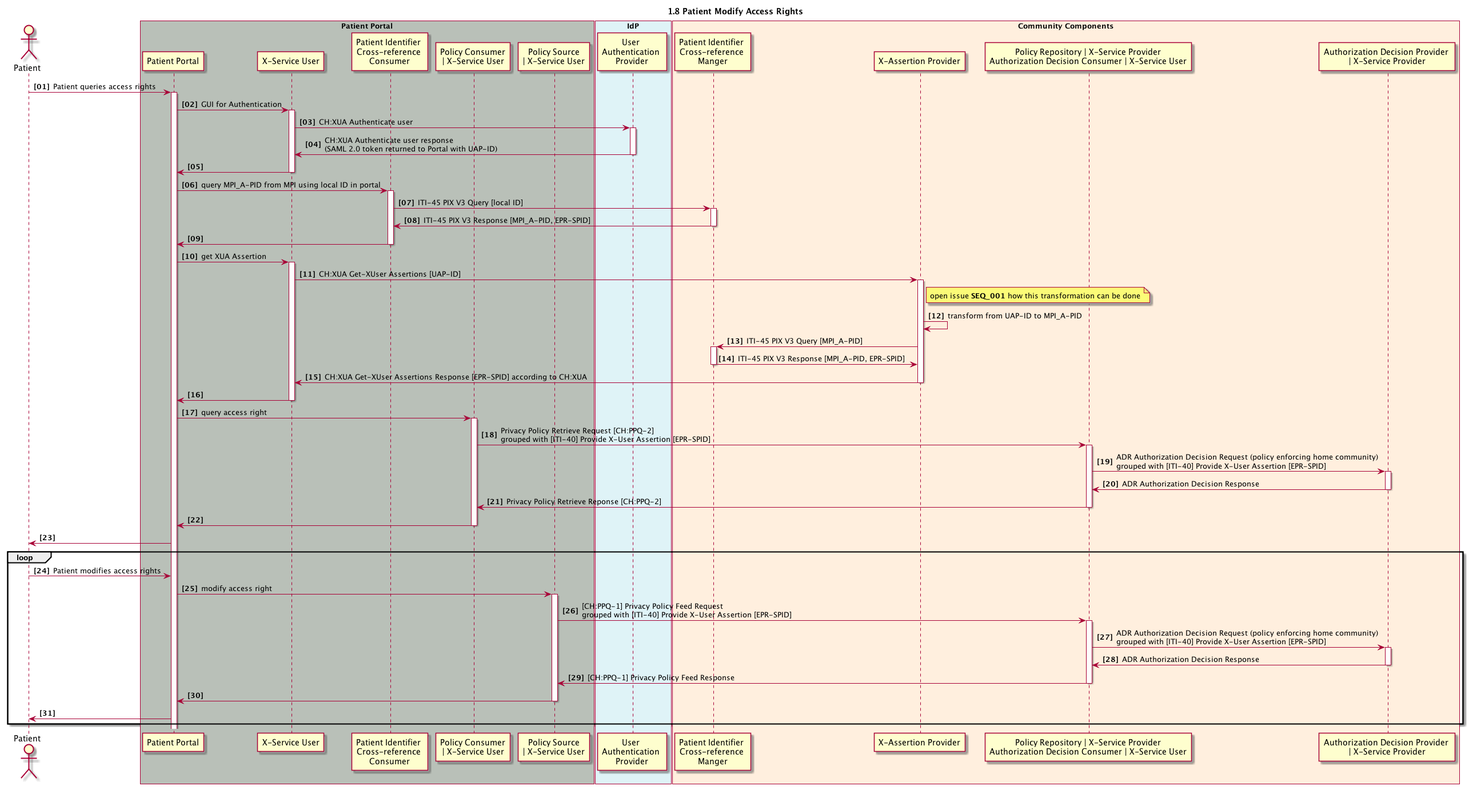
Before: 1_08_EPR_PatientModifyAccessRights.plantuml.png, a diagram exported from PlantUML (ahdis/ch-epr-seqdiag). Its diagram source:
```plantuml
@startuml
skinparam Padding 1
autonumber 1 1 "<b>[00]"
title 1.8 Patient Modify Access Rights

actor patient as "Patient"

box "Patient Portal" #B9C0B8
	participant pp_gui as "Patient Portal"
	participant pp_x_service_user as "X-Service User"
	participant pp_pix_x_ref_consumer as "Patient Identifier \nCross-reference \nConsumer"
	participant pp_ppq_policy_consumer as "Policy Consumer\n| X-Service User"
	participant pp_ppq_policy_source as "Policy Source\n| X-Service User"
end box

box "IdP" #DFF3F7
	participant idp_user_authentication_provider as "User \nAuthentication \nProvider"
end box

box "Community Components" #FFEFDE
	participant cc_mpi_x_ref_manager as "Patient Identifier \nCross-reference \nManger"
  participant cc_x_assertion_provider as "X-Assertion Provider"
	participant cc_ppq_policy_repository as "Policy Repository | X-Service Provider\nAuthorization Decision Consumer | X-Service User"
	participant cc_adp as "Authorization Decision Provider \n| X-Service Provider"
end box

patient -> pp_gui: Patient queries access rights
activate pp_gui

pp_gui -> pp_x_service_user : GUI for Authentication
activate pp_x_service_user
pp_x_service_user -> idp_user_authentication_provider : CH:XUA Authenticate user
activate idp_user_authentication_provider
pp_x_service_user <- idp_user_authentication_provider : CH:XUA Authenticate user response \n(SAML 2.0 token returned to Portal with UAP-ID)
deactivate idp_user_authentication_provider
pp_gui <- pp_x_service_user
deactivate pp_x_service_user

pp_gui -> pp_pix_x_ref_consumer: query MPI_A-PID from MPI using local ID in portal
activate pp_pix_x_ref_consumer
pp_pix_x_ref_consumer -> cc_mpi_x_ref_manager: ITI-45 PIX V3 Query [local ID]
activate cc_mpi_x_ref_manager
pp_pix_x_ref_consumer <- cc_mpi_x_ref_manager: ITI-45 PIX V3 Response [MPI_A-PID, EPR-SPID]
deactivate cc_mpi_x_ref_manager
pp_gui <- pp_pix_x_ref_consumer
deactivate pp_pix_x_ref_consumer

pp_gui -> pp_x_service_user : get XUA Assertion
activate pp_x_service_user
pp_x_service_user -> cc_x_assertion_provider: CH:XUA Get-XUser Assertions [UAP-ID]
activate cc_x_assertion_provider
note right cc_x_assertion_provider: open issue <b>SEQ_001</b> how this transformation can be done
cc_x_assertion_provider -> cc_x_assertion_provider: transform from UAP-ID to MPI_A-PID
cc_x_assertion_provider -> cc_mpi_x_ref_manager: ITI-45 PIX V3 Query [MPI_A-PID]
activate cc_mpi_x_ref_manager
cc_x_assertion_provider <- cc_mpi_x_ref_manager: ITI-45 PIX V3 Response [MPI_A-PID, EPR-SPID]
deactivate cc_mpi_x_ref_manager
pp_x_service_user <- cc_x_assertion_provider: CH:XUA Get-XUser Assertions Response [EPR-SPID] according to CH:XUA
deactivate cc_x_assertion_provider
pp_gui <- pp_x_service_user
deactivate pp_x_service_user

pp_gui -> pp_ppq_policy_consumer: query access right
activate pp_ppq_policy_consumer
pp_ppq_policy_consumer -> cc_ppq_policy_repository: Privacy Policy Retrieve Request [CH:PPQ-2]\ngrouped with [ITI-40] Provide X-User Assertion [EPR-SPID]
activate cc_ppq_policy_repository
cc_ppq_policy_repository -> cc_adp: ADR Authorization Decision Request (policy enforcing home community)\ngrouped with [ITI-40] Provide X-User Assertion [EPR-SPID]
activate cc_adp
cc_ppq_policy_repository <- cc_adp: ADR Authorization Decision Response
deactivate cc_adp
pp_ppq_policy_consumer <- cc_ppq_policy_repository: Privacy Policy Retrieve Reponse [CH:PPQ-2]
deactivate cc_ppq_policy_repository
pp_gui <- pp_ppq_policy_consumer
deactivate pp_ppq_policy_consumer
patient <- pp_gui

loop
patient -> pp_gui: Patient modifies access rights

pp_gui -> pp_ppq_policy_source: modify access right
activate pp_ppq_policy_source
pp_ppq_policy_source -> cc_ppq_policy_repository: [CH:PPQ-1] Privacy Policy Feed Request\ngrouped with [ITI-40] Provide X-User Assertion [EPR-SPID]
activate cc_ppq_policy_repository
cc_ppq_policy_repository -> cc_adp: ADR Authorization Decision Request (policy enforcing home community)\ngrouped with [ITI-40] Provide X-User Assertion [EPR-SPID]
activate cc_adp
cc_ppq_policy_repository <- cc_adp: ADR Authorization Decision Response
deactivate cc_adp

pp_ppq_policy_source <- cc_ppq_policy_repository: [CH:PPQ-1] Privacy Policy Feed Response
deactivate cc_ppq_policy_repository
pp_gui <- pp_ppq_policy_source
deactivate pp_ppq_policy_source
patient <- pp_gui
end

@enduml
```
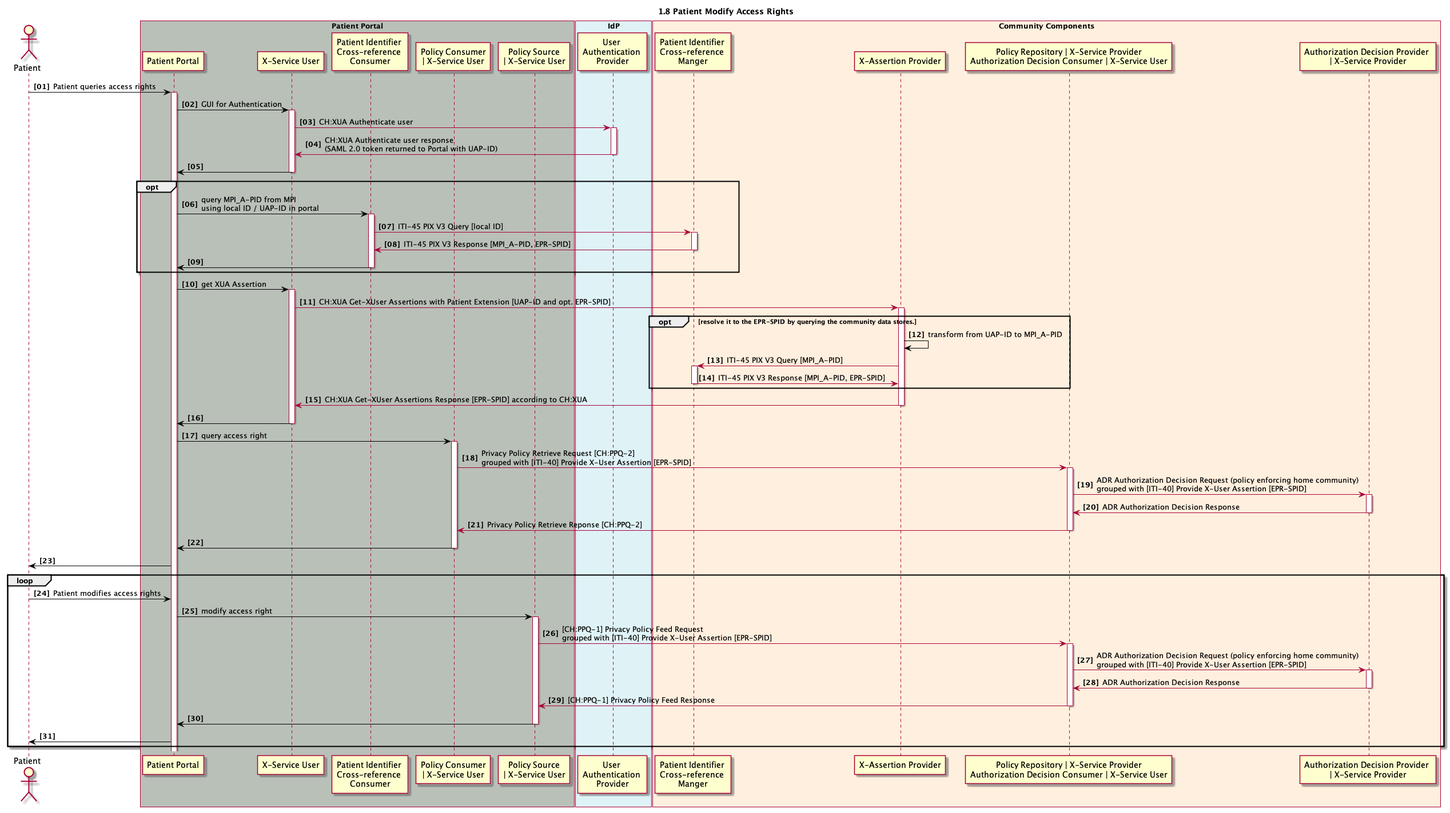
Above is the later version.

Change to the diagram source:
```diff
@@ -24,43 +24,46 @@
 	participant cc_adp as "Authorization Decision Provider \n| X-Service Provider"
 end box
 
-patient -> pp_gui: Patient queries access rights
+patient -[#black]> pp_gui: Patient queries access rights
 activate pp_gui
 
-pp_gui -> pp_x_service_user : GUI for Authentication
+pp_gui -[#black]> pp_x_service_user : GUI for Authentication
 activate pp_x_service_user
 pp_x_service_user -> idp_user_authentication_provider : CH:XUA Authenticate user
 activate idp_user_authentication_provider
 pp_x_service_user <- idp_user_authentication_provider : CH:XUA Authenticate user response \n(SAML 2.0 token returned to Portal with UAP-ID)
 deactivate idp_user_authentication_provider
-pp_gui <- pp_x_service_user
+pp_gui <[#black]- pp_x_service_user
 deactivate pp_x_service_user
 
-pp_gui -> pp_pix_x_ref_consumer: query MPI_A-PID from MPI using local ID in portal
+opt
+pp_gui -[#black]> pp_pix_x_ref_consumer: query MPI_A-PID from MPI\nusing local ID / UAP-ID in portal
 activate pp_pix_x_ref_consumer
 pp_pix_x_ref_consumer -> cc_mpi_x_ref_manager: ITI-45 PIX V3 Query [local ID]
 activate cc_mpi_x_ref_manager
 pp_pix_x_ref_consumer <- cc_mpi_x_ref_manager: ITI-45 PIX V3 Response [MPI_A-PID, EPR-SPID]
 deactivate cc_mpi_x_ref_manager
-pp_gui <- pp_pix_x_ref_consumer
+pp_gui <[#black]- pp_pix_x_ref_consumer
 deactivate pp_pix_x_ref_consumer
+end
 
-pp_gui -> pp_x_service_user : get XUA Assertion
+pp_gui -[#black]> pp_x_service_user : get XUA Assertion
 activate pp_x_service_user
-pp_x_service_user -> cc_x_assertion_provider: CH:XUA Get-XUser Assertions [UAP-ID]
+pp_x_service_user -> cc_x_assertion_provider: CH:XUA Get-XUser Assertions with Patient Extension [UAP-ID and opt. EPR-SPID]
 activate cc_x_assertion_provider
-note right cc_x_assertion_provider: open issue <b>SEQ_001</b> how this transformation can be done
-cc_x_assertion_provider -> cc_x_assertion_provider: transform from UAP-ID to MPI_A-PID
+opt resolve it to the EPR-SPID by querying the community data stores.
+cc_x_assertion_provider -[#black]> cc_x_assertion_provider: transform from UAP-ID to MPI_A-PID
 cc_x_assertion_provider -> cc_mpi_x_ref_manager: ITI-45 PIX V3 Query [MPI_A-PID]
 activate cc_mpi_x_ref_manager
 cc_x_assertion_provider <- cc_mpi_x_ref_manager: ITI-45 PIX V3 Response [MPI_A-PID, EPR-SPID]
 deactivate cc_mpi_x_ref_manager
+end
 pp_x_service_user <- cc_x_assertion_provider: CH:XUA Get-XUser Assertions Response [EPR-SPID] according to CH:XUA
 deactivate cc_x_assertion_provider
-pp_gui <- pp_x_service_user
+pp_gui <[#black]- pp_x_service_user
 deactivate pp_x_service_user
 
-pp_gui -> pp_ppq_policy_consumer: query access right
+pp_gui -[#black]> pp_ppq_policy_consumer: query access right
 activate pp_ppq_policy_consumer
 pp_ppq_policy_consumer -> cc_ppq_policy_repository: Privacy Policy Retrieve Request [CH:PPQ-2]\ngrouped with [ITI-40] Provide X-User Assertion [EPR-SPID]
 activate cc_ppq_policy_repository
@@ -70,14 +73,14 @@
 deactivate cc_adp
 pp_ppq_policy_consumer <- cc_ppq_policy_repository: Privacy Policy Retrieve Reponse [CH:PPQ-2]
 deactivate cc_ppq_policy_repository
-pp_gui <- pp_ppq_policy_consumer
+pp_gui <[#black]- pp_ppq_policy_consumer
 deactivate pp_ppq_policy_consumer
-patient <- pp_gui
+patient <[#black]- pp_gui
 
 loop
-patient -> pp_gui: Patient modifies access rights
+patient -[#black]> pp_gui: Patient modifies access rights
 
-pp_gui -> pp_ppq_policy_source: modify access right
+pp_gui -[#black]> pp_ppq_policy_source: modify access right
 activate pp_ppq_policy_source
 pp_ppq_policy_source -> cc_ppq_policy_repository: [CH:PPQ-1] Privacy Policy Feed Request\ngrouped with [ITI-40] Provide X-User Assertion [EPR-SPID]
 activate cc_ppq_policy_repository
@@ -88,9 +91,9 @@
 
 pp_ppq_policy_source <- cc_ppq_policy_repository: [CH:PPQ-1] Privacy Policy Feed Response
 deactivate cc_ppq_policy_repository
-pp_gui <- pp_ppq_policy_source
+pp_gui <[#black]- pp_ppq_policy_source
 deactivate pp_ppq_policy_source
-patient <- pp_gui
+patient <[#black]- pp_gui
 end
 
 @enduml
```
